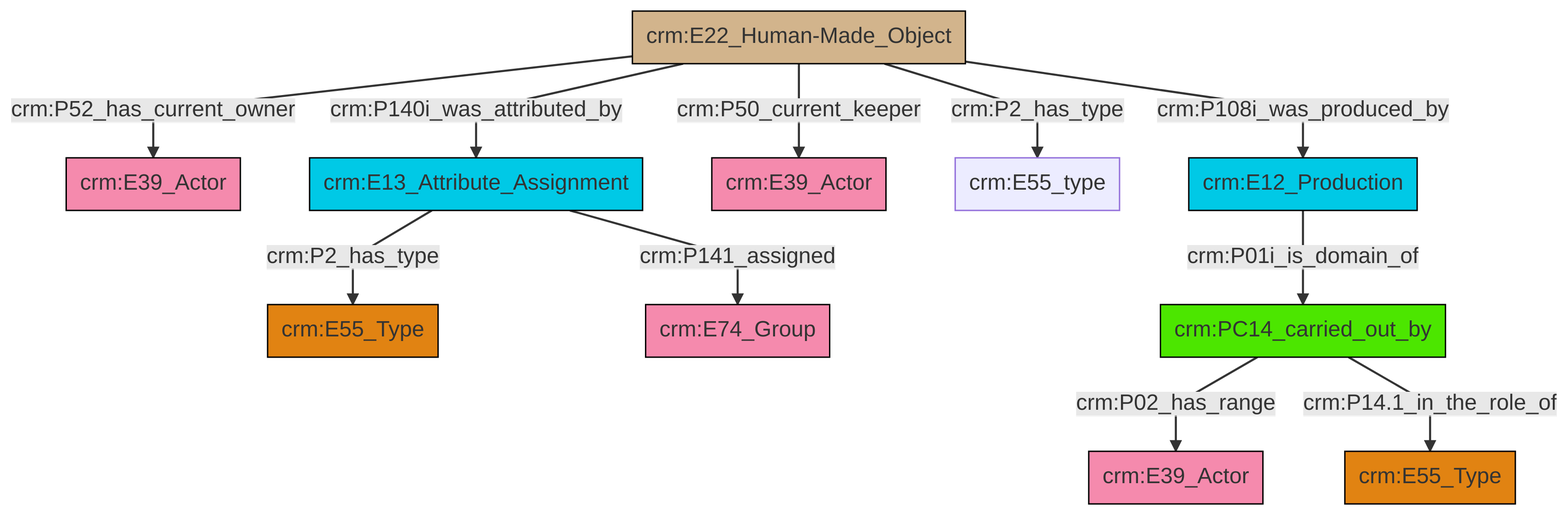
The Mermaid diagram et/artworkCSV/ttl/mmd/png/Artwork_Actor_Relations.png in swiss-art-research-net/reference-data-models, before a commit. Its source is kept beside it as et/artworkCSV/ttl/mmd/Artwork_Actor_Relations.ttl.mmd.
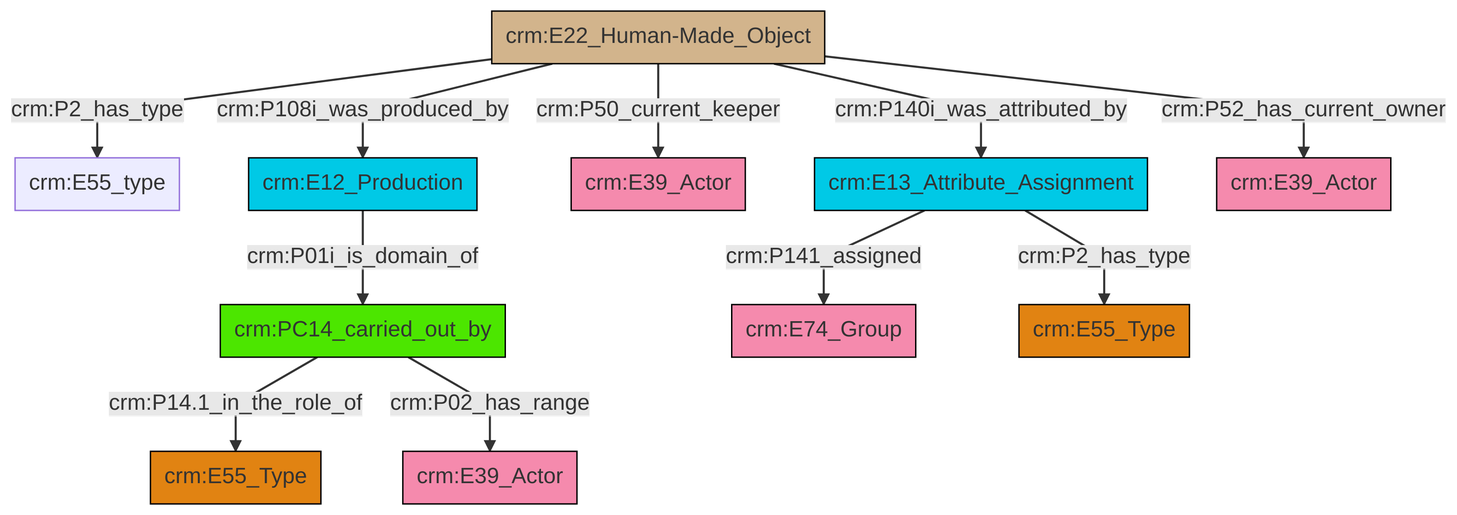
After the change.

Diff of the diagram source:
```diff
@@ -13,13 +13,13 @@
 classDef PC_Classes fill:#4ce600, stroke:#000000;
 classDef Multi fill:#cccccc,stroke:#000000;
 
-0["crm:E22_Human-Made_Object"]:::Physical_Thing -->|crm:P52_has_current_owner| 1["crm:E39_Actor"]:::Actor
-4["crm:E13_Attribute_Assignment"]:::Temporal_Entity -->|crm:P2_has_type| 5["crm:E55_Type"]:::Type
-0["crm:E22_Human-Made_Object"]:::Physical_Thing -->|crm:P140i_was_attributed_by| 4["crm:E13_Attribute_Assignment"]:::Temporal_Entity
-2["crm:E12_Production"]:::Temporal_Entity -->|crm:P01i_is_domain_of| 8["crm:PC14_carried_out_by"]:::PC_Classes
-0["crm:E22_Human-Made_Object"]:::Physical_Thing -->|crm:P50_current_keeper| 14["crm:E39_Actor"]:::Actor
-4["crm:E13_Attribute_Assignment"]:::Temporal_Entity -->|crm:P141_assigned| 18["crm:E74_Group"]:::Actor
-0["crm:E22_Human-Made_Object"]:::Physical_Thing -->|crm:P2_has_type| 6["crm:E55_type"]:::Default
-0["crm:E22_Human-Made_Object"]:::Physical_Thing -->|crm:P108i_was_produced_by| 2["crm:E12_Production"]:::Temporal_Entity
-8["crm:PC14_carried_out_by"]:::PC_Classes -->|crm:P02_has_range| 11["crm:E39_Actor"]:::Actor
-8["crm:PC14_carried_out_by"]:::PC_Classes -->|crm:P14.1_in_the_role_of| 20["crm:E55_Type"]:::Type
+8["crm:PC14_carried_out_by"]:::PC_Classes -->|crm:P14.1_in_the_role_of| 9["crm:E55_Type"]:::Type
+12["crm:E12_Production"]:::Temporal_Entity -->|crm:P01i_is_domain_of| 8["crm:PC14_carried_out_by"]:::PC_Classes
+15["crm:E22_Human-Made_Object"]:::Physical_Thing -->|crm:P2_has_type| 0["crm:E55_type"]:::Default
+10["crm:E13_Attribute_Assignment"]:::Temporal_Entity -->|crm:P141_assigned| 2["crm:E74_Group"]:::Actor
+15["crm:E22_Human-Made_Object"]:::Physical_Thing -->|crm:P108i_was_produced_by| 12["crm:E12_Production"]:::Temporal_Entity
+15["crm:E22_Human-Made_Object"]:::Physical_Thing -->|crm:P50_current_keeper| 17["crm:E39_Actor"]:::Actor
+10["crm:E13_Attribute_Assignment"]:::Temporal_Entity -->|crm:P2_has_type| 18["crm:E55_Type"]:::Type
+15["crm:E22_Human-Made_Object"]:::Physical_Thing -->|crm:P140i_was_attributed_by| 10["crm:E13_Attribute_Assignment"]:::Temporal_Entity
+8["crm:PC14_carried_out_by"]:::PC_Classes -->|crm:P02_has_range| 6["crm:E39_Actor"]:::Actor
+15["crm:E22_Human-Made_Object"]:::Physical_Thing -->|crm:P52_has_current_owner| 4["crm:E39_Actor"]:::Actor
```
